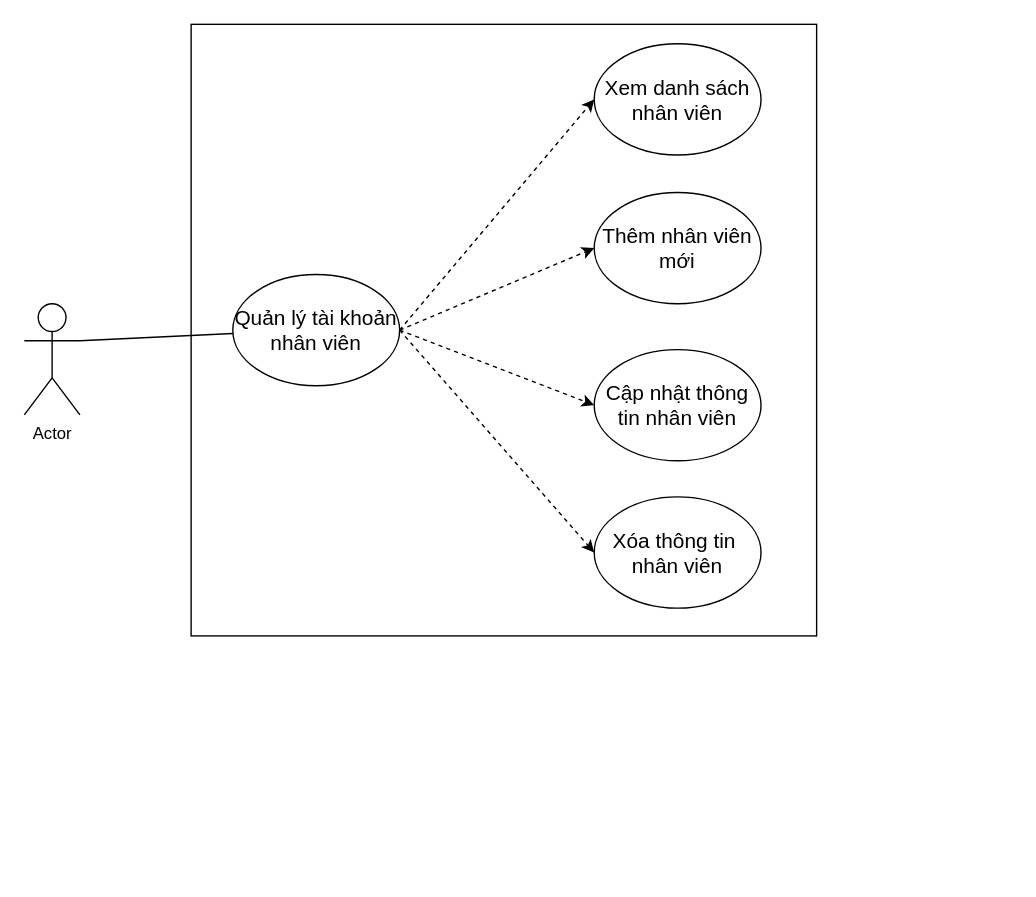
Earlier version of the draw.io diagram Diagram/UseCase/QL.TTNhanVien.drawio (TccKaiCi/PTTK_CuaHangGiay). Source tidied: cells renumbered, new cells numbered last; positions are measured from the earlier drawing's top-left corner, leaving out a move shared by most shapes. Both pictures are drawn from the tidied source at 139%, with x=0, y=0 at pixel (24, 24).
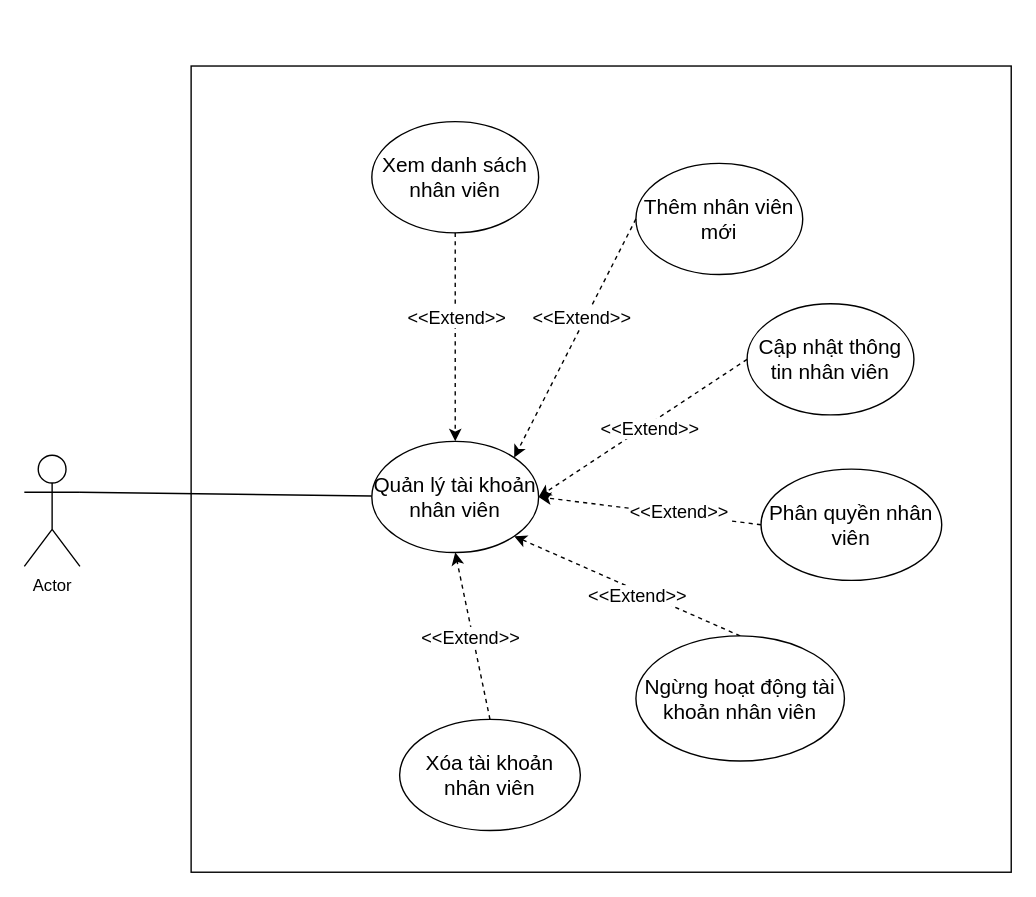
The same page after the edit.

The edit, as a diff of the source:
```diff
@@
     <mxCell id="2" style="rounded=0;whiteSpace=wrap;html=1;" parent="1" vertex="1">
-      <mxGeometry x="120" width="450" height="440" as="geometry" />
+      <mxGeometry x="120" y="30" width="590" height="580" as="geometry" />
     </mxCell>
     <mxCell id="3" value="Actor" style="shape=umlActor;verticalLabelPosition=bottom;verticalAlign=top;html=1;outlineConnect=0;" parent="1" vertex="1">
-      <mxGeometry y="201" width="40" height="80" as="geometry" />
+      <mxGeometry y="310" width="40" height="80" as="geometry" />
     </mxCell>
@@
     <mxCell id="5" value="&lt;p class=&quot;MsoNormal&quot; style=&quot;font-size: 15px;&quot;&gt;&lt;span style=&quot;font-family: calibri; font-size: 15px;&quot;&gt;&lt;font style=&quot;font-size: 15px;&quot;&gt;Quản lý tài khoản nhân viên&lt;/font&gt;&lt;/span&gt;&lt;/p&gt;" style="ellipse;whiteSpace=wrap;html=1;fontSize=15;" parent="1" vertex="1">
-      <mxGeometry x="150" y="180" width="120" height="80" as="geometry" />
+      <mxGeometry x="250" y="300" width="120" height="80" as="geometry" />
     </mxCell>
     <mxCell id="6" value="&lt;font style=&quot;font-size: 15px&quot;&gt;Xem danh sách nhân viên&lt;/font&gt;" style="ellipse;whiteSpace=wrap;html=1;" parent="1" vertex="1">
-      <mxGeometry x="410" y="14" width="120" height="80" as="geometry" />
+      <mxGeometry x="250" y="70" width="120" height="80" as="geometry" />
     </mxCell>
     <mxCell id="7" value="&lt;span style=&quot;font-size: 15px&quot;&gt;Thêm nhân viên mới&lt;br&gt;&lt;/span&gt;" style="ellipse;whiteSpace=wrap;html=1;" parent="1" vertex="1">
-      <mxGeometry x="410" y="121" width="120" height="80" as="geometry" />
+      <mxGeometry x="440" y="100" width="120" height="80" as="geometry" />
     </mxCell>
     <mxCell id="8" value="&lt;span style=&quot;font-size: 15px&quot;&gt;Cập nhật thông tin nhân viên&lt;/span&gt;" style="ellipse;whiteSpace=wrap;html=1;" parent="1" vertex="1">
-      <mxGeometry x="410" y="234" width="120" height="80" as="geometry" />
+      <mxGeometry x="520" y="201" width="120" height="80" as="geometry" />
     </mxCell>
-    <mxCell id="9" style="endArrow=classic;html=1;entryX=0;entryY=0.5;entryDx=0;entryDy=0;dashed=1;exitX=1;exitY=0.5;exitDx=0;exitDy=0;" parent="1" edge="1" source="5" target="6">
+    <mxCell id="9" style="endArrow=classic;html=1;dashed=1;exitX=0.5;exitY=1;exitDx=0;exitDy=0;entryX=0.5;entryY=0;entryDx=0;entryDy=0;" parent="1" edge="1" source="6" target="5">
       <mxGeometry relative="1" as="geometry" />
     </mxCell>
-    <mxCell id="10" style="endArrow=classic;html=1;entryX=0;entryY=0.5;entryDx=0;entryDy=0;dashed=1;exitX=1;exitY=0.5;exitDx=0;exitDy=0;" parent="1" edge="1" source="5" target="7">
+    <mxCell id="10" style="endArrow=classic;html=1;dashed=1;exitX=0;exitY=0.5;exitDx=0;exitDy=0;entryX=1;entryY=0;entryDx=0;entryDy=0;" parent="1" edge="1" source="7" target="5">
       <mxGeometry relative="1" as="geometry" />
     </mxCell>
-    <mxCell id="11" style="endArrow=classic;html=1;entryX=0;entryY=0.5;entryDx=0;entryDy=0;dashed=1;exitX=1;exitY=0.5;exitDx=0;exitDy=0;" parent="1" edge="1" source="5" target="8">
+    <mxCell id="11" style="endArrow=classic;html=1;dashed=1;exitX=0;exitY=0.5;exitDx=0;exitDy=0;entryX=1;entryY=0.5;entryDx=0;entryDy=0;" parent="1" edge="1" source="8" target="5">
       <mxGeometry relative="1" as="geometry" />
     </mxCell>
+    <mxCell id="14" value="&lt;font style=&quot;font-size: 13px&quot;&gt;&amp;lt;&amp;lt;Extend&amp;gt;&amp;gt;&lt;/font&gt;" style="edgeLabel;html=1;align=center;verticalAlign=middle;" parent="11" vertex="1">
+      <mxGeometry x="-0.48" y="4" relative="1" as="geometry">
+        <mxPoint x="-33.1" y="19.8" as="offset" />
+      </mxGeometry>
+    </mxCell>
-    <mxCell id="12" value="&lt;span style=&quot;font-size: 15px&quot;&gt;Xóa thông tin&amp;nbsp; nhân viên&lt;/span&gt;" style="ellipse;whiteSpace=wrap;html=1;" parent="1" vertex="1">
-      <mxGeometry x="410" y="340" width="120" height="80" as="geometry" />
+    <mxCell id="12" value="&lt;span style=&quot;font-size: 15px&quot;&gt;Phân quyền nhân viên&lt;/span&gt;" style="ellipse;whiteSpace=wrap;html=1;" parent="1" vertex="1">
+      <mxGeometry x="530" y="320" width="130" height="80" as="geometry" />
     </mxCell>
-    <mxCell id="13" style="endArrow=classic;html=1;entryX=0;entryY=0.5;entryDx=0;entryDy=0;dashed=1;exitX=1;exitY=0.5;exitDx=0;exitDy=0;" parent="1" edge="1" source="5" target="12">
-      <mxGeometry relative="1" as="geometry" />
+    <mxCell id="13" style="endArrow=classic;html=1;dashed=1;exitX=0;exitY=0.5;exitDx=0;exitDy=0;" parent="1" edge="1" source="12">
+      <mxGeometry relative="1" as="geometry">
+        <mxPoint x="370" y="340" as="targetPoint" />
+      </mxGeometry>
     </mxCell>
+    <mxCell id="15" style="endArrow=classic;html=1;dashed=1;exitX=0.5;exitY=0;exitDx=0;exitDy=0;entryX=1;entryY=1;entryDx=0;entryDy=0;" parent="1" edge="1" source="16" target="5">
+      <mxGeometry relative="1" as="geometry" />
+    </mxCell>
+    <mxCell id="16" value="&lt;span style=&quot;font-size: 15px&quot;&gt;Ngừng hoạt động tài khoản nhân viên&lt;/span&gt;" style="ellipse;whiteSpace=wrap;html=1;" parent="1" vertex="1">
+      <mxGeometry x="440" y="440" width="150" height="90" as="geometry" />
+    </mxCell>
+    <mxCell id="17" style="endArrow=classic;html=1;entryX=0.5;entryY=1;entryDx=0;entryDy=0;dashed=1;exitX=0.5;exitY=0;exitDx=0;exitDy=0;" parent="1" edge="1" source="18" target="5">
+      <mxGeometry relative="1" as="geometry" />
+    </mxCell>
+    <mxCell id="18" value="&lt;span style=&quot;font-size: 15px&quot;&gt;Xóa tài khoản nhân viên&lt;/span&gt;" style="ellipse;whiteSpace=wrap;html=1;" parent="1" vertex="1">
+      <mxGeometry x="270" y="500" width="130" height="80" as="geometry" />
+    </mxCell>
+    <mxCell id="19" value="&lt;font style=&quot;font-size: 13px&quot;&gt;&amp;lt;&amp;lt;Extend&amp;gt;&amp;gt;&lt;/font&gt;" style="edgeLabel;html=1;align=center;verticalAlign=middle;" parent="1" vertex="1">
+      <mxGeometry x="400" y="210" as="geometry" />
+    </mxCell>
+    <mxCell id="20" value="&lt;font style=&quot;font-size: 13px&quot;&gt;&amp;lt;&amp;lt;Extend&amp;gt;&amp;gt;&lt;/font&gt;" style="edgeLabel;html=1;align=center;verticalAlign=middle;" parent="1" vertex="1">
+      <mxGeometry x="310" y="210" as="geometry" />
+    </mxCell>
+    <mxCell id="21" value="&lt;font style=&quot;font-size: 13px&quot;&gt;&amp;lt;&amp;lt;Extend&amp;gt;&amp;gt;&lt;/font&gt;" style="edgeLabel;html=1;align=center;verticalAlign=middle;" parent="1" vertex="1">
+      <mxGeometry x="470" y="350" as="geometry" />
+    </mxCell>
+    <mxCell id="22" value="&lt;font style=&quot;font-size: 13px&quot;&gt;&amp;lt;&amp;lt;Extend&amp;gt;&amp;gt;&lt;/font&gt;" style="edgeLabel;html=1;align=center;verticalAlign=middle;" parent="1" vertex="1">
+      <mxGeometry x="440" y="410" as="geometry" />
+    </mxCell>
+    <mxCell id="23" value="&lt;font style=&quot;font-size: 13px&quot;&gt;&amp;lt;&amp;lt;Extend&amp;gt;&amp;gt;&lt;/font&gt;" style="edgeLabel;html=1;align=center;verticalAlign=middle;" parent="1" vertex="1">
+      <mxGeometry x="320" y="440" as="geometry" />
+    </mxCell>
```
